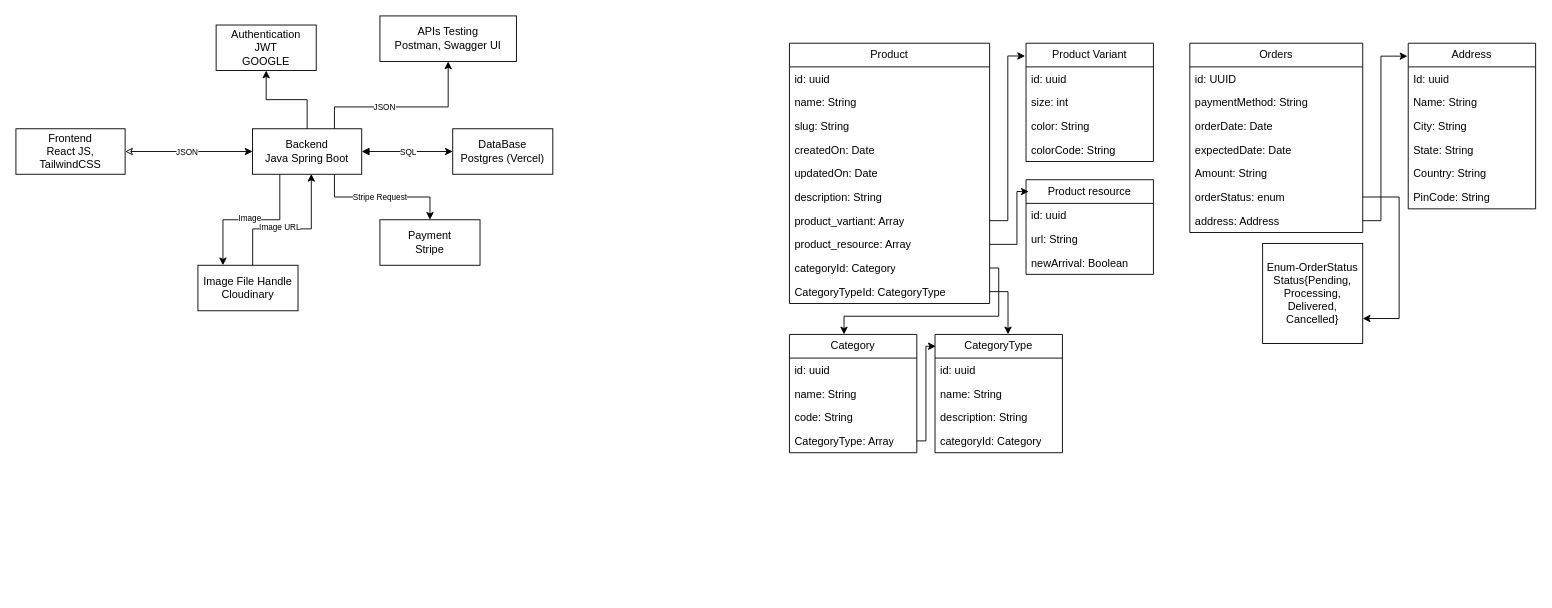
Earlier version of the draw.io diagram ShopEase.drawio (Nikhil-keshri2213/DSA_Practice_Skills). Source tidied: cells renumbered, new cells numbered last; positions are measured from the earlier drawing's top-left corner, leaving out a move shared by most shapes. Both pictures are drawn from the tidied source at 91%, with x=0, y=0 at pixel (15, 15).
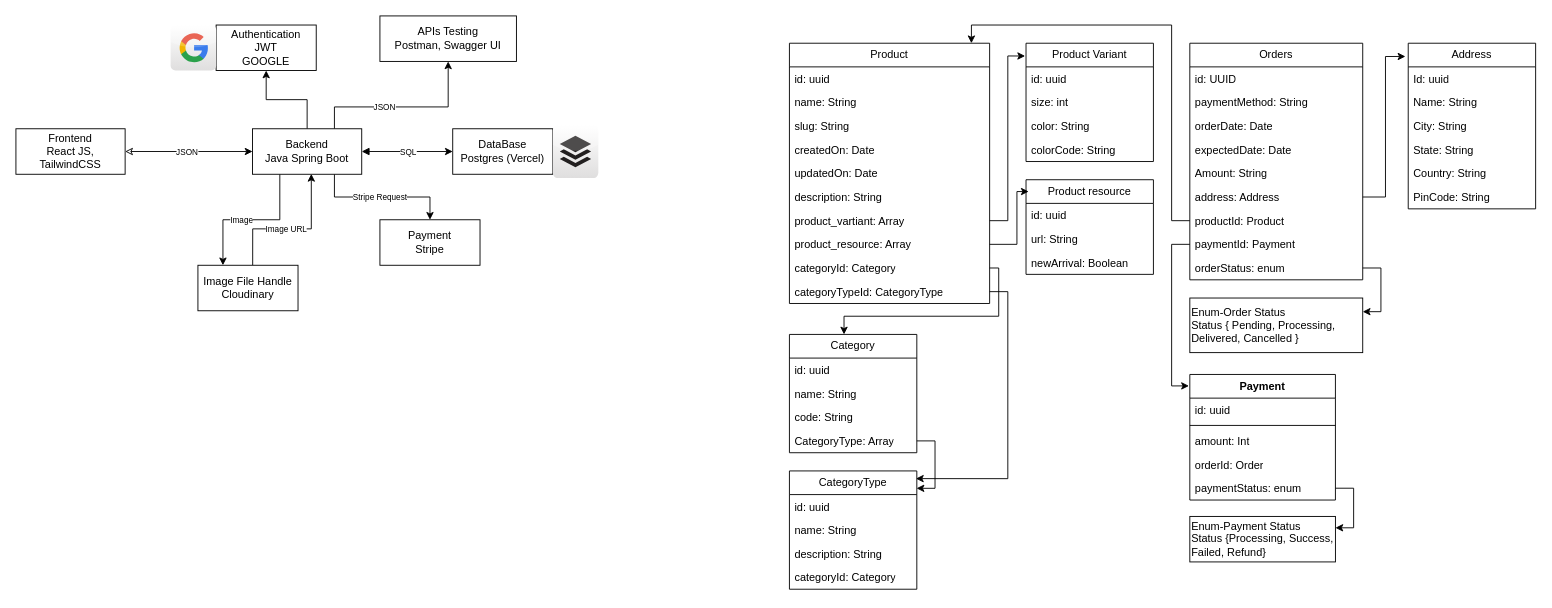
Above is the later version.

Unchanged cells that the change refers to:
```xml
<mxCell id="12" value="Address" style="swimlane;fontStyle=0;horizontal=1;startSize=26;fillColor=none;whiteSpace=wrap;html=1;" parent="1" vertex="1">
  <mxGeometry x="1530" y="30" width="140" height="182" as="geometry" />
</mxCell>
<mxCell id="20" value="Product" style="swimlane;fontStyle=0;horizontal=1;startSize=26;fillColor=none;whiteSpace=wrap;html=1;" parent="1" vertex="1">
  <mxGeometry x="850" y="30" width="220" height="286" as="geometry" />
</mxCell>
<mxCell id="46" value="CategoryType: Array" style="text;strokeColor=none;fillColor=none;align=left;verticalAlign=top;spacingLeft=4;spacingRight=4;overflow=hidden;points=[[0,0.5],[1,0.5]];portConstraint=eastwest;whiteSpace=wrap;html=1;" parent="42" vertex="1">
  <mxGeometry y="104" width="140" height="26" as="geometry" />
</mxCell>
<mxCell id="65" style="edgeStyle=orthogonalEdgeStyle;rounded=0;jettySize=auto;html=1;exitX=0.25;exitY=1;exitDx=0;exitDy=0;entryX=0.25;entryY=0;entryDx=0;entryDy=0;" parent="1" edge="1" source="67" target="71">
  <mxGeometry relative="1" as="geometry" />
</mxCell>
<mxCell id="69" style="edgeStyle=orthogonalEdgeStyle;rounded=0;jettySize=auto;html=1;exitX=0.547;exitY=0;exitDx=0;exitDy=0;exitPerimeter=0;" parent="1" edge="1" source="71">
  <mxGeometry relative="1" as="geometry">
    <mxPoint x="324.6" y="173.6" as="targetPoint" />
    <Array as="points">
      <mxPoint x="260" y="234" />
      <mxPoint x="325" y="234" />
    </Array>
  </mxGeometry>
</mxCell>
```

What changed in the source:
```diff
@@
-<mxGraphModel>
+<mxGraphModel background="#ffffff">
@@
     <mxCell id="2" value="Orders" style="swimlane;fontStyle=0;horizontal=1;startSize=26;fillColor=none;whiteSpace=wrap;html=1;" parent="1" vertex="1">
-      <mxGeometry x="1290" y="30" width="190" height="208" as="geometry" />
+      <mxGeometry x="1290" y="30" width="190" height="260" as="geometry" />
     </mxCell>
@@
+    <mxCell id="9" value="address: Address" style="text;strokeColor=none;fillColor=none;align=left;verticalAlign=top;spacingLeft=4;spacingRight=4;overflow=hidden;points=[[0,0.5],[1,0.5]];portConstraint=eastwest;whiteSpace=wrap;html=1;" parent="2" vertex="1">
+      <mxGeometry y="156" width="190" height="26" as="geometry" />
+    </mxCell>
+    <mxCell id="75" value="productId: Product" style="text;strokeColor=none;fillColor=none;align=left;verticalAlign=top;spacingLeft=4;spacingRight=4;overflow=hidden;points=[[0,0.5],[1,0.5]];portConstraint=eastwest;whiteSpace=wrap;html=1;" parent="2" vertex="1">
+      <mxGeometry y="182" width="190" height="26" as="geometry" />
+    </mxCell>
+    <mxCell id="76" value="paymentId: Payment" style="text;strokeColor=none;fillColor=none;align=left;verticalAlign=top;spacingLeft=4;spacingRight=4;overflow=hidden;points=[[0,0.5],[1,0.5]];portConstraint=eastwest;whiteSpace=wrap;html=1;" parent="2" vertex="1">
+      <mxGeometry y="208" width="190" height="26" as="geometry" />
+    </mxCell>
     <mxCell id="8" value="orderStatus: enum" style="text;strokeColor=none;fillColor=none;align=left;verticalAlign=top;spacingLeft=4;spacingRight=4;overflow=hidden;points=[[0,0.5],[1,0.5]];portConstraint=eastwest;whiteSpace=wrap;html=1;" parent="2" vertex="1">
-      <mxGeometry y="156" width="190" height="26" as="geometry" />
+      <mxGeometry y="234" width="190" height="26" as="geometry" />
     </mxCell>
-    <mxCell id="9" value="address: Address" style="text;strokeColor=none;fillColor=none;align=left;verticalAlign=top;spacingLeft=4;spacingRight=4;overflow=hidden;points=[[0,0.5],[1,0.5]];portConstraint=eastwest;whiteSpace=wrap;html=1;" parent="2" vertex="1">
-      <mxGeometry y="182" width="190" height="26" as="geometry" />
-    </mxCell>
-    <mxCell id="10" value="Enum-OrderStatus&lt;div&gt;Status{Pending, Processing, Delivered, Cancelled}&lt;/div&gt;" style="html=1;whiteSpace=wrap;" parent="1" vertex="1">
-      <mxGeometry x="1370" y="250" width="110" height="110" as="geometry" />
+    <mxCell id="10" value="Enum-Order Status&lt;div&gt;Status { Pending, Processing, Delivered, Cancelled }&lt;/div&gt;" style="html=1;whiteSpace=wrap;align=left;" parent="1" vertex="1">
+      <mxGeometry x="1290" y="310" width="190" height="60" as="geometry" />
     </mxCell>
-    <mxCell id="11" style="edgeStyle=orthogonalEdgeStyle;rounded=0;jettySize=auto;html=1;entryX=1;entryY=0.75;entryDx=0;entryDy=0;" parent="1" edge="1" source="8" target="10">
-      <mxGeometry relative="1" as="geometry">
-        <Array as="points">
-          <mxPoint x="1520" y="199" />
-          <mxPoint x="1520" y="333" />
-        </Array>
-      </mxGeometry>
-    </mxCell>
@@
-    <mxCell id="19" style="edgeStyle=orthogonalEdgeStyle;rounded=0;jettySize=auto;html=1;exitX=1;exitY=0.5;exitDx=0;exitDy=0;entryX=-0.006;entryY=0.078;entryDx=0;entryDy=0;entryPerimeter=0;" parent="1" edge="1" source="9" target="12">
-      <mxGeometry relative="1" as="geometry">
-        <Array as="points">
-          <mxPoint x="1500" y="225" />
-          <mxPoint x="1500" y="44" />
-        </Array>
-      </mxGeometry>
-    </mxCell>
@@
-    <mxCell id="30" value="CategoryTypeId: CategoryType" style="text;strokeColor=none;fillColor=none;align=left;verticalAlign=top;spacingLeft=4;spacingRight=4;overflow=hidden;points=[[0,0.5],[1,0.5]];portConstraint=eastwest;whiteSpace=wrap;html=1;" parent="20" vertex="1">
+    <mxCell id="30" value="categoryTypeId: CategoryType" style="text;strokeColor=none;fillColor=none;align=left;verticalAlign=top;spacingLeft=4;spacingRight=4;overflow=hidden;points=[[0,0.5],[1,0.5]];portConstraint=eastwest;whiteSpace=wrap;html=1;" parent="20" vertex="1">
       <mxGeometry y="260" width="220" height="26" as="geometry" />
     </mxCell>
@@
     <mxCell id="47" value="CategoryType" style="swimlane;fontStyle=0;horizontal=1;startSize=26;fillColor=none;whiteSpace=wrap;html=1;" parent="1" vertex="1">
-      <mxGeometry x="1010" y="350" width="140" height="130" as="geometry" />
+      <mxGeometry x="850" y="500" width="140" height="130" as="geometry" />
     </mxCell>
@@
-    <mxCell id="53" style="edgeStyle=orthogonalEdgeStyle;rounded=0;jettySize=auto;html=1;exitX=1;exitY=0.5;exitDx=0;exitDy=0;entryX=0.573;entryY=-0.001;entryDx=0;entryDy=0;entryPerimeter=0;" parent="1" edge="1" source="30" target="47">
-      <mxGeometry relative="1" as="geometry">
-        <Array as="points">
-          <mxPoint x="1090" y="303" />
-        </Array>
-      </mxGeometry>
-    </mxCell>
-    <mxCell id="54" style="edgeStyle=orthogonalEdgeStyle;rounded=0;jettySize=auto;html=1;exitX=1;exitY=0.5;exitDx=0;exitDy=0;entryX=0.006;entryY=0.1;entryDx=0;entryDy=0;entryPerimeter=0;" parent="1" edge="1" source="46" target="47">
-      <mxGeometry relative="1" as="geometry">
-        <Array as="points">
-          <mxPoint x="1000" y="467" />
-          <mxPoint x="1000" y="363" />
-        </Array>
-      </mxGeometry>
-    </mxCell>
@@
     <mxCell id="66" value="Image" style="edgeLabel;html=1;align=center;verticalAlign=middle;fontSize=9;" parent="65" vertex="1">
-      <mxGeometry x="0.03" y="-2" relative="1" as="geometry" />
+      <mxGeometry x="0.03" y="-2" relative="1" as="geometry">
+        <mxPoint x="-9" y="2" as="offset" />
+      </mxGeometry>
     </mxCell>
@@
     <mxCell id="70" value="Image URL" style="edgeLabel;html=1;align=center;verticalAlign=middle;fontSize=9;" parent="69" vertex="1">
       <mxGeometry x="-0.05" y="-1" relative="1" as="geometry">
-        <mxPoint x="-9" y="-3" as="offset" />
+        <mxPoint x="-2" y="-1" as="offset" />
       </mxGeometry>
     </mxCell>
@@
+    <mxCell id="77" style="dashed=0;html=1;align=center;labelPosition=center;verticalLabelPosition=bottom;verticalAlign=top;shape=mxgraph.webicons.google;gradientColor=#DFDEDE;" parent="1" vertex="1">
+      <mxGeometry x="170" y="10" width="50" height="50" as="geometry" />
+    </mxCell>
+    <mxCell id="78" style="dashed=0;html=1;align=center;labelPosition=center;verticalLabelPosition=bottom;verticalAlign=top;shape=mxgraph.webicons.buffer;gradientColor=#DFDEDE;" parent="1" vertex="1">
+      <mxGeometry x="590" y="119.8" width="50" height="58.4" as="geometry" />
+    </mxCell>
+    <mxCell id="79" value="Payment" style="swimlane;fontStyle=1;align=center;verticalAlign=top;horizontal=1;startSize=26;whiteSpace=wrap;html=1;" parent="1" vertex="1">
+      <mxGeometry x="1290" y="394" width="160" height="138" as="geometry" />
+    </mxCell>
+    <mxCell id="80" value="id: uuid" style="text;strokeColor=none;fillColor=none;align=left;verticalAlign=top;spacingLeft=4;spacingRight=4;overflow=hidden;whiteSpace=wrap;html=1;" parent="79" vertex="1">
+      <mxGeometry y="26" width="160" height="26" as="geometry" />
+    </mxCell>
+    <mxCell id="81" style="line;strokeWidth=1;fillColor=none;align=left;verticalAlign=middle;spacingTop=-1;spacingLeft=3;spacingRight=3;labelPosition=right;strokeColor=inherit;" parent="79" vertex="1">
+      <mxGeometry y="52" width="160" height="8" as="geometry" />
+    </mxCell>
+    <mxCell id="82" value="amount: Int" style="text;strokeColor=none;fillColor=none;align=left;verticalAlign=top;spacingLeft=4;spacingRight=4;overflow=hidden;whiteSpace=wrap;html=1;" parent="79" vertex="1">
+      <mxGeometry y="60" width="160" height="26" as="geometry" />
+    </mxCell>
+    <mxCell id="83" value="orderId: Order" style="text;strokeColor=none;fillColor=none;align=left;verticalAlign=top;spacingLeft=4;spacingRight=4;overflow=hidden;whiteSpace=wrap;html=1;" parent="79" vertex="1">
+      <mxGeometry y="86" width="160" height="26" as="geometry" />
+    </mxCell>
+    <mxCell id="84" value="paymentStatus: enum" style="text;strokeColor=none;fillColor=none;align=left;verticalAlign=top;spacingLeft=4;spacingRight=4;overflow=hidden;points=[[0,0.5],[1,0.5]];portConstraint=eastwest;whiteSpace=wrap;html=1;" parent="79" vertex="1">
+      <mxGeometry y="112" width="160" height="26" as="geometry" />
+    </mxCell>
+    <mxCell id="85" value="Enum-Payment Status&lt;br&gt;Status {Processing, Success, Failed, Refund}" style="html=1;whiteSpace=wrap;align=left;" parent="1" vertex="1">
+      <mxGeometry x="1290" y="550" width="160" height="50" as="geometry" />
+    </mxCell>
+    <mxCell id="86" style="edgeStyle=orthogonalEdgeStyle;rounded=0;jettySize=auto;html=1;exitX=1;exitY=0.5;exitDx=0;exitDy=0;entryX=1;entryY=0.25;entryDx=0;entryDy=0;" parent="1" edge="1" source="84" target="85">
+      <mxGeometry relative="1" as="geometry" />
+    </mxCell>
+    <mxCell id="19" style="edgeStyle=orthogonalEdgeStyle;rounded=0;jettySize=auto;html=1;exitX=1;exitY=0.5;exitDx=0;exitDy=0;entryX=-0.022;entryY=0.08;entryDx=0;entryDy=0;entryPerimeter=0;" parent="1" edge="1" source="9" target="12">
+      <mxGeometry relative="1" as="geometry" />
+    </mxCell>
+    <mxCell id="11" style="edgeStyle=orthogonalEdgeStyle;rounded=0;jettySize=auto;html=1;exitX=1;exitY=0.5;exitDx=0;exitDy=0;entryX=1;entryY=0.25;entryDx=0;entryDy=0;" parent="1" edge="1" source="8" target="10">
+      <mxGeometry relative="1" as="geometry" />
+    </mxCell>
+    <mxCell id="87" style="edgeStyle=orthogonalEdgeStyle;rounded=0;jettySize=auto;html=1;exitX=0;exitY=0.5;exitDx=0;exitDy=0;entryX=0.909;entryY=0;entryDx=0;entryDy=0;entryPerimeter=0;" parent="1" edge="1" source="75" target="20">
+      <mxGeometry relative="1" as="geometry">
+        <Array as="points">
+          <mxPoint x="1270" y="225" />
+          <mxPoint x="1270" y="10" />
+          <mxPoint x="1050" y="10" />
+        </Array>
+      </mxGeometry>
+    </mxCell>
+    <mxCell id="88" style="edgeStyle=orthogonalEdgeStyle;rounded=0;jettySize=auto;html=1;exitX=0;exitY=0.5;exitDx=0;exitDy=0;entryX=-0.006;entryY=0.091;entryDx=0;entryDy=0;entryPerimeter=0;" parent="1" edge="1" source="76" target="79">
+      <mxGeometry relative="1" as="geometry" />
+    </mxCell>
+    <mxCell id="54" style="edgeStyle=orthogonalEdgeStyle;rounded=0;jettySize=auto;html=1;exitX=1;exitY=0.5;exitDx=0;exitDy=0;entryX=0.998;entryY=0.147;entryDx=0;entryDy=0;entryPerimeter=0;" parent="1" edge="1" source="46" target="47">
+      <mxGeometry relative="1" as="geometry" />
+    </mxCell>
+    <mxCell id="53" style="edgeStyle=orthogonalEdgeStyle;rounded=0;jettySize=auto;html=1;exitX=1;exitY=0.5;exitDx=0;exitDy=0;entryX=0.993;entryY=0.065;entryDx=0;entryDy=0;entryPerimeter=0;" parent="1" edge="1" source="30" target="47">
+      <mxGeometry relative="1" as="geometry" />
+    </mxCell>
```
